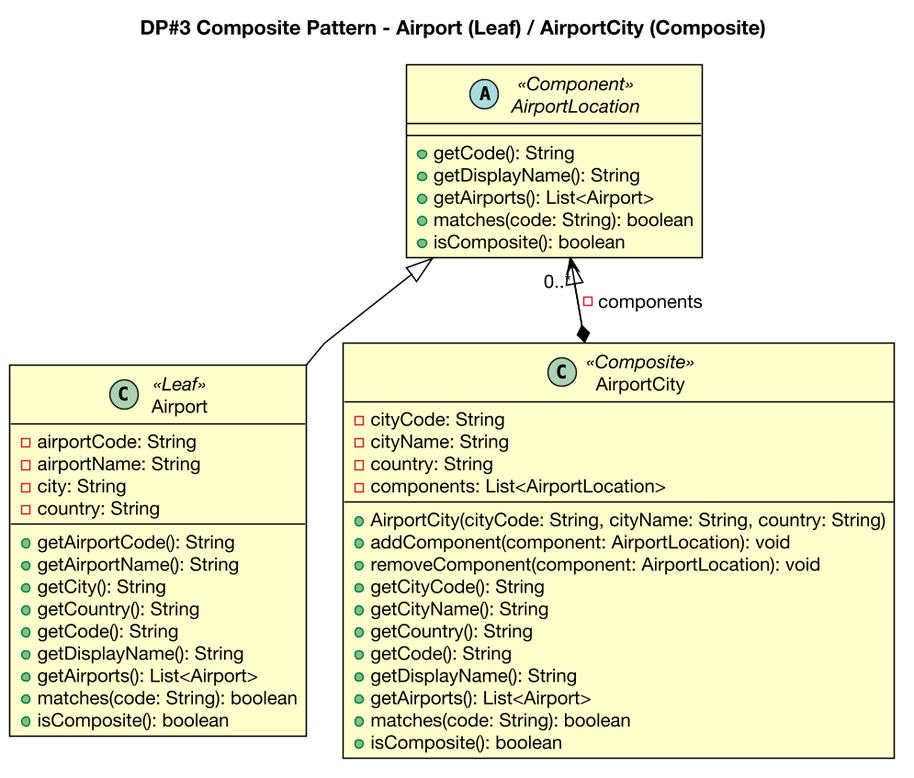
The PlantUML diagram docs/diagrams/iter4-puml/en/dp3-composite.png in gimjungwook/KoreanAirReservationDomain, before a commit.
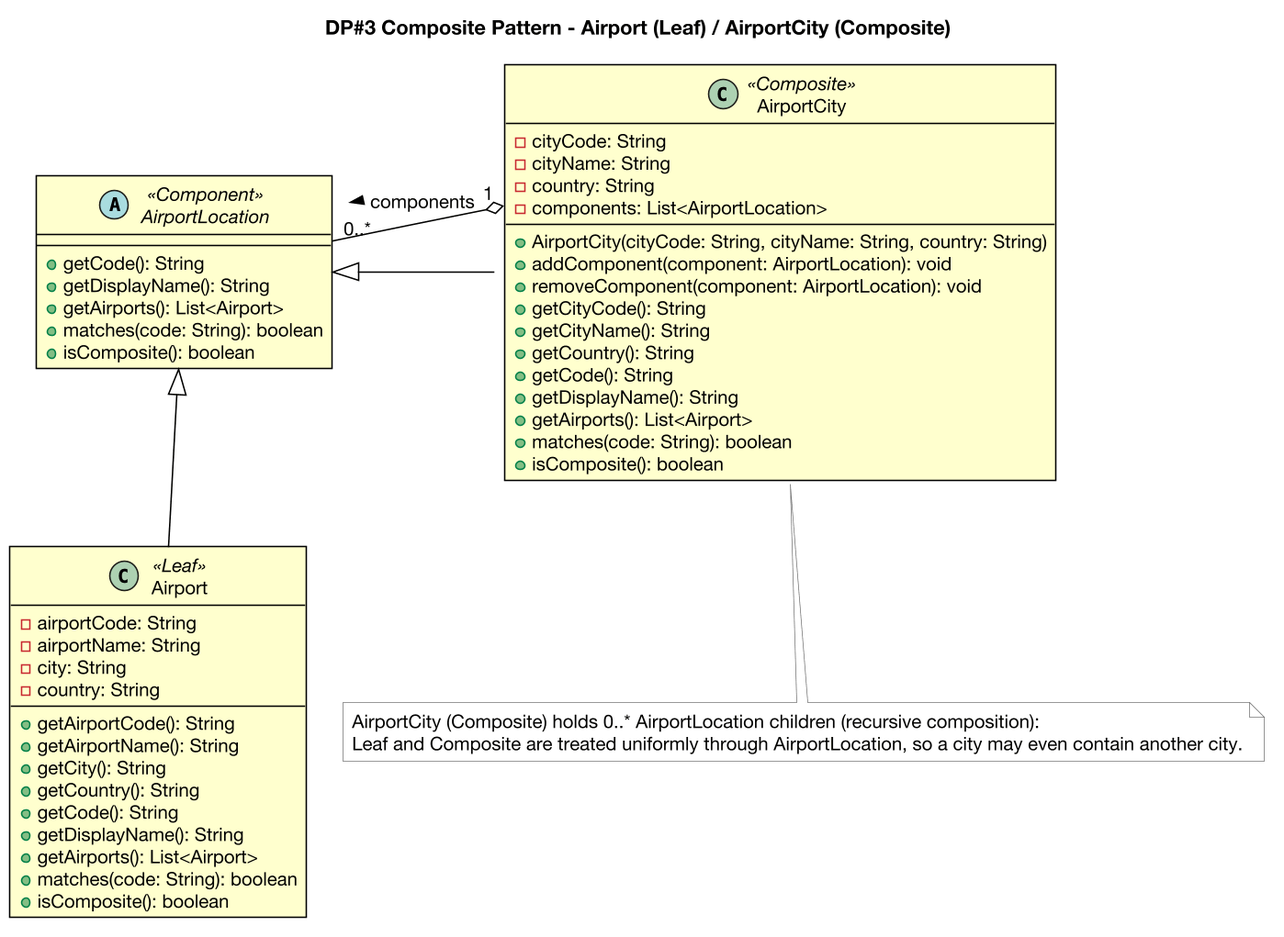
Later version of the same file.

What changed in the source:
```diff
@@ -68,7 +68,11 @@
   +matches(code: String): boolean
   +isComposite(): boolean
 }
+
 AirportLocation <|-- Airport
 AirportLocation <|-- AirportCity
-AirportCity *--> "0..*" AirportLocation : -components
+
+AirportCity::components "1" o-left- "0..*" AirportLocation : components >
+
+note bottom of AirportCity : AirportCity (Composite) holds 0..* AirportLocation children (recursive composition):\nLeaf and Composite are treated uniformly through AirportLocation, so a city may even contain another city.
 @enduml
```
